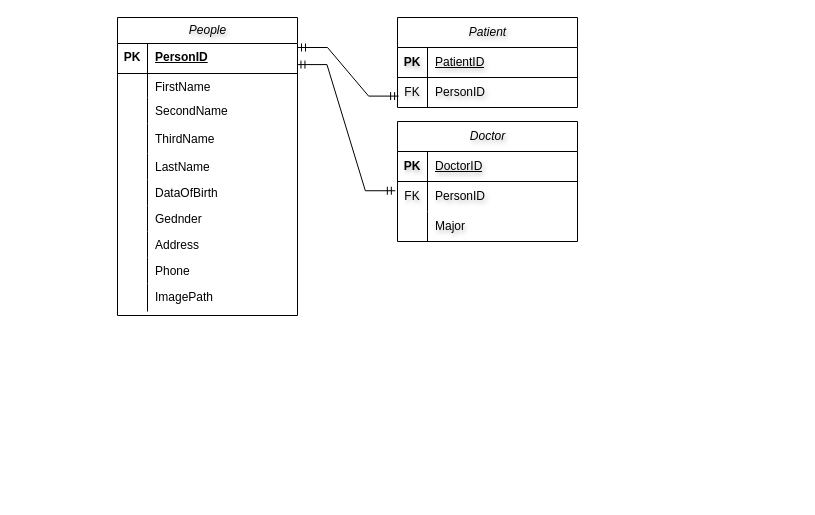
BasharHazbar/Healthcare-Management-System-HCMS keeps this draw.io diagram as Untitled Diagram.drawio. Above is the earlier version. Source tidied: cells renumbered, new cells numbered last; positions are measured from the earlier drawing's top-left corner, leaving out a move shared by most shapes. Both pictures are drawn from the tidied source at 100%, with x=0, y=0 at pixel (117, 17).
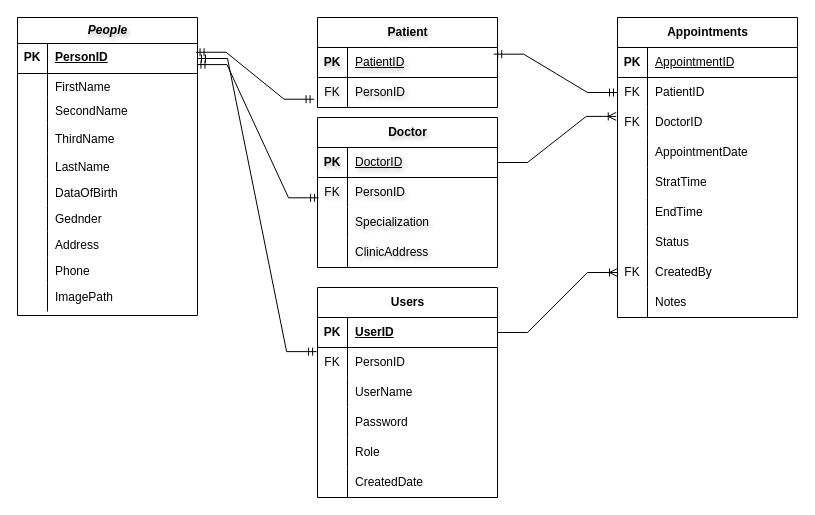
The same diagram, later.

The change refers to these unchanged cells:
```xml
<mxCell id="4" style="shape=tableRow;horizontal=0;startSize=0;swimlaneHead=0;swimlaneBody=0;fillColor=none;points=[[0,0.5],[1,0.5]];portConstraint=eastwest;top=0;left=0;right=0;bottom=1;rounded=0;shadow=0;strokeColor=default;strokeWidth=1;align=center;verticalAlign=top;fontFamily=Helvetica;fontSize=12;fontColor=default;fontStyle=2;" parent="3" vertex="1">
  <mxGeometry y="26" width="180" height="30" as="geometry" />
</mxCell>
<mxCell id="35" style="shape=tableRow;horizontal=0;startSize=0;swimlaneHead=0;swimlaneBody=0;fillColor=none;points=[[0,0.5],[1,0.5]];portConstraint=eastwest;top=0;left=0;right=0;bottom=1;textShadow=1;" parent="34" vertex="1">
  <mxGeometry y="30" width="180" height="30" as="geometry" />
</mxCell>
<mxCell id="38" style="shape=tableRow;horizontal=0;startSize=0;swimlaneHead=0;swimlaneBody=0;fillColor=none;points=[[0,0.5],[1,0.5]];portConstraint=eastwest;top=0;left=0;right=0;bottom=0;textShadow=1;fontStyle=0;" parent="34" vertex="1">
  <mxGeometry y="60" width="180" height="30" as="geometry" />
</mxCell>
<mxCell id="42" style="shape=tableRow;horizontal=0;startSize=0;swimlaneHead=0;swimlaneBody=0;fillColor=none;points=[[0,0.5],[1,0.5]];portConstraint=eastwest;top=0;left=0;right=0;bottom=1;textShadow=1;" parent="41" vertex="1">
  <mxGeometry y="30" width="180" height="30" as="geometry" />
</mxCell>
<mxCell id="45" style="shape=tableRow;horizontal=0;startSize=0;swimlaneHead=0;swimlaneBody=0;fillColor=none;points=[[0,0.5],[1,0.5]];portConstraint=eastwest;top=0;left=0;right=0;bottom=0;textShadow=1;fontStyle=0;" parent="41" vertex="1">
  <mxGeometry y="60" width="180" height="30" as="geometry" />
</mxCell>
<mxCell id="48" style="shape=tableRow;horizontal=0;startSize=0;swimlaneHead=0;swimlaneBody=0;fillColor=none;top=0;left=0;right=0;bottom=0;textShadow=1;fontStyle=0;" parent="41" vertex="1">
  <mxGeometry y="90" width="180" height="30" as="geometry" />
</mxCell>
```

Diff of the diagram source:
```diff
@@
-    <mxCell id="2" style="edgeStyle=entityRelationEdgeStyle;fontSize=12;html=1;endArrow=ERmandOne;startArrow=ERmandOne;rounded=0;fontFamily=Helvetica;fontColor=default;fontStyle=2;exitX=0.98;exitY=0.292;exitDx=0;exitDy=0;entryX=0.006;entryY=0.779;entryDx=0;entryDy=0;exitPerimeter=0;entryPerimeter=0;" parent="1" edge="1">
-      <mxGeometry relative="1" as="geometry">
-        <mxPoint x="180" y="30" as="sourcePoint" />
-        <mxPoint x="281.1" y="78.6" as="targetPoint" />
-      </mxGeometry>
+    <mxCell id="2" style="edgeStyle=entityRelationEdgeStyle;fontSize=12;html=1;endArrow=ERmandOne;startArrow=ERmandOne;rounded=0;fontFamily=Helvetica;fontColor=default;fontStyle=2;entryX=-0.019;entryY=0.723;entryDx=0;entryDy=0;entryPerimeter=0;exitX=0.992;exitY=0.292;exitDx=0;exitDy=0;exitPerimeter=0;" parent="1" edge="1" source="4" target="38">
+      <mxGeometry relative="1" as="geometry" />
     </mxCell>
-    <mxCell id="3" value="&lt;span style=&quot;font-style: italic; font-weight: 400;&quot;&gt;People&lt;/span&gt;" style="shape=table;startSize=26;childLayout=tableLayout;rowLines=0;fontStyle=1;align=center;html=1;rounded=0;shadow=0;strokeWidth=1;verticalAlign=middle;fontFamily=Helvetica;fontSize=12;textShadow=1;" parent="1" vertex="1">
-      <mxGeometry width="180" height="298" as="geometry" />
+    <mxCell id="3" value="&lt;span style=&quot;font-style: italic;&quot;&gt;&lt;b&gt;People&lt;/b&gt;&lt;/span&gt;" style="shape=table;startSize=26;childLayout=tableLayout;rowLines=0;fontStyle=0;align=center;html=1;rounded=0;shadow=0;strokeWidth=1;verticalAlign=middle;fontFamily=Helvetica;fontSize=12;textShadow=1;" parent="1" vertex="1">
+      <mxGeometry x="-100" width="180" height="298" as="geometry" />
     </mxCell>
@@
-    <mxCell id="34" value="&lt;span style=&quot;font-style: italic; font-weight: 400;&quot;&gt;Patient&lt;/span&gt;" style="shape=table;startSize=30;childLayout=tableLayout;rowLines=0;fontStyle=1;align=center;html=1;textShadow=1;" parent="1" vertex="1">
-      <mxGeometry x="280" width="180" height="90" as="geometry" />
+    <mxCell id="34" value="Patient" style="shape=table;startSize=30;childLayout=tableLayout;rowLines=0;fontStyle=1;align=center;html=1;textShadow=1;" parent="1" vertex="1">
+      <mxGeometry x="200" width="180" height="90" as="geometry" />
     </mxCell>
@@
-    <mxCell id="41" value="&lt;span style=&quot;font-style: italic; font-weight: 400;&quot;&gt;Doctor&lt;/span&gt;" style="shape=table;startSize=30;childLayout=tableLayout;rowLines=0;fontStyle=1;align=center;html=1;textShadow=1;" parent="1" vertex="1">
-      <mxGeometry x="280" y="104" width="180" height="120" as="geometry" />
+    <mxCell id="41" value="Doctor" style="shape=table;startSize=30;childLayout=tableLayout;rowLines=0;fontStyle=1;align=center;html=1;textShadow=1;" parent="1" vertex="1">
+      <mxGeometry x="200" y="100" width="180" height="150" as="geometry" />
     </mxCell>
@@
-    <mxCell id="50" value="Major" style="shape=partialRectangle;fillColor=none;top=0;left=0;bottom=0;right=0;align=left;spacingLeft=6;overflow=hidden;whiteSpace=wrap;html=1;textShadow=1;" parent="48" vertex="1">
+    <mxCell id="50" value="Specialization" style="shape=partialRectangle;fillColor=none;top=0;left=0;bottom=0;right=0;align=left;spacingLeft=6;overflow=hidden;whiteSpace=wrap;html=1;textShadow=1;" parent="48" vertex="1">
       <mxGeometry x="30" width="150" height="30" as="geometry" />
     </mxCell>
+    <mxCell id="52" style="shape=tableRow;horizontal=0;startSize=0;swimlaneHead=0;swimlaneBody=0;fillColor=none;top=0;left=0;right=0;bottom=0;textShadow=1;fontStyle=0;" parent="41" vertex="1">
+      <mxGeometry y="120" width="180" height="30" as="geometry" />
+    </mxCell>
+    <mxCell id="53" style="shape=partialRectangle;fillColor=none;top=0;left=0;bottom=0;right=0;overflow=hidden;whiteSpace=wrap;html=1;textShadow=1;" parent="52" vertex="1">
+      <mxGeometry width="30" height="30" as="geometry" />
+    </mxCell>
+    <mxCell id="54" value="ClinicAddress" style="shape=partialRectangle;fillColor=none;top=0;left=0;bottom=0;right=0;align=left;spacingLeft=6;overflow=hidden;whiteSpace=wrap;html=1;textShadow=1;" parent="52" vertex="1">
+      <mxGeometry x="30" width="150" height="30" as="geometry" />
+    </mxCell>
-    <mxCell id="51" style="edgeStyle=entityRelationEdgeStyle;fontSize=12;html=1;endArrow=ERmandOne;startArrow=ERmandOne;rounded=0;fontFamily=Helvetica;fontColor=default;fontStyle=2;exitX=0.997;exitY=0.703;exitDx=0;exitDy=0;entryX=-0.012;entryY=0.308;entryDx=0;entryDy=0;exitPerimeter=0;entryPerimeter=0;" parent="1" edge="1" source="4" target="45">
+    <mxCell id="51" style="edgeStyle=entityRelationEdgeStyle;fontSize=12;html=1;endArrow=ERmandOne;startArrow=ERmandOne;rounded=0;fontFamily=Helvetica;fontColor=default;fontStyle=2;exitX=0.997;exitY=0.703;exitDx=0;exitDy=0;entryX=0.006;entryY=0.677;entryDx=0;entryDy=0;exitPerimeter=0;entryPerimeter=0;" parent="1" edge="1" source="4" target="45">
       <mxGeometry relative="1" as="geometry" />
     </mxCell>
+    <mxCell id="55" value="Users" style="shape=table;startSize=30;childLayout=tableLayout;rowLines=0;fontStyle=1;align=center;html=1;" parent="1" vertex="1">
+      <mxGeometry x="200" y="270" width="180" height="210" as="geometry" />
+    </mxCell>
+    <mxCell id="56" style="shape=tableRow;horizontal=0;startSize=0;swimlaneHead=0;swimlaneBody=0;fillColor=none;points=[[0,0.5],[1,0.5]];portConstraint=eastwest;top=0;left=0;right=0;bottom=1;" parent="55" vertex="1">
+      <mxGeometry y="30" width="180" height="30" as="geometry" />
+    </mxCell>
+    <mxCell id="57" value="PK" style="shape=partialRectangle;fillColor=none;top=0;left=0;bottom=0;right=0;fontStyle=1;overflow=hidden;whiteSpace=wrap;html=1;" parent="56" vertex="1">
+      <mxGeometry width="30" height="30" as="geometry" />
+    </mxCell>
+    <mxCell id="58" value="UserID" style="shape=partialRectangle;fillColor=none;top=0;left=0;bottom=0;right=0;align=left;spacingLeft=6;fontStyle=5;overflow=hidden;whiteSpace=wrap;html=1;" parent="56" vertex="1">
+      <mxGeometry x="30" width="150" height="30" as="geometry" />
+    </mxCell>
+    <mxCell id="59" style="shape=tableRow;horizontal=0;startSize=0;swimlaneHead=0;swimlaneBody=0;fillColor=none;points=[[0,0.5],[1,0.5]];portConstraint=eastwest;top=0;left=0;right=0;bottom=0;" parent="55" vertex="1">
+      <mxGeometry y="60" width="180" height="30" as="geometry" />
+    </mxCell>
+    <mxCell id="60" value="FK" style="shape=partialRectangle;fillColor=none;top=0;left=0;bottom=0;right=0;overflow=hidden;whiteSpace=wrap;html=1;" parent="59" vertex="1">
+      <mxGeometry width="30" height="30" as="geometry" />
+    </mxCell>
+    <mxCell id="61" value="PersonID" style="shape=partialRectangle;fillColor=none;top=0;left=0;bottom=0;right=0;align=left;spacingLeft=6;overflow=hidden;whiteSpace=wrap;html=1;" parent="59" vertex="1">
+      <mxGeometry x="30" width="150" height="30" as="geometry" />
+    </mxCell>
+    <mxCell id="62" style="shape=tableRow;horizontal=0;startSize=0;swimlaneHead=0;swimlaneBody=0;fillColor=none;top=0;left=0;right=0;bottom=0;" parent="55" vertex="1">
+      <mxGeometry y="90" width="180" height="30" as="geometry" />
+    </mxCell>
+    <mxCell id="63" style="shape=partialRectangle;fillColor=none;top=0;left=0;bottom=0;right=0;overflow=hidden;whiteSpace=wrap;html=1;" parent="62" vertex="1">
+      <mxGeometry width="30" height="30" as="geometry" />
+    </mxCell>
+    <mxCell id="64" value="UserName" style="shape=partialRectangle;fillColor=none;top=0;left=0;bottom=0;right=0;align=left;spacingLeft=6;overflow=hidden;whiteSpace=wrap;html=1;" parent="62" vertex="1">
+      <mxGeometry x="30" width="150" height="30" as="geometry" />
+    </mxCell>
+    <mxCell id="65" style="shape=tableRow;horizontal=0;startSize=0;swimlaneHead=0;swimlaneBody=0;fillColor=none;top=0;left=0;right=0;bottom=0;" parent="55" vertex="1">
+      <mxGeometry y="120" width="180" height="30" as="geometry" />
+    </mxCell>
+    <mxCell id="66" style="shape=partialRectangle;fillColor=none;top=0;left=0;bottom=0;right=0;overflow=hidden;whiteSpace=wrap;html=1;" parent="65" vertex="1">
+      <mxGeometry width="30" height="30" as="geometry" />
+    </mxCell>
+    <mxCell id="67" value="Password" style="shape=partialRectangle;fillColor=none;top=0;left=0;bottom=0;right=0;align=left;spacingLeft=6;overflow=hidden;whiteSpace=wrap;html=1;" parent="65" vertex="1">
+      <mxGeometry x="30" width="150" height="30" as="geometry" />
+    </mxCell>
+    <mxCell id="68" style="shape=tableRow;horizontal=0;startSize=0;swimlaneHead=0;swimlaneBody=0;fillColor=none;top=0;left=0;right=0;bottom=0;" parent="55" vertex="1">
+      <mxGeometry y="150" width="180" height="30" as="geometry" />
+    </mxCell>
+    <mxCell id="69" style="shape=partialRectangle;fillColor=none;top=0;left=0;bottom=0;right=0;overflow=hidden;whiteSpace=wrap;html=1;" parent="68" vertex="1">
+      <mxGeometry width="30" height="30" as="geometry" />
+    </mxCell>
+    <mxCell id="70" value="Role" style="shape=partialRectangle;fillColor=none;top=0;left=0;bottom=0;right=0;align=left;spacingLeft=6;overflow=hidden;whiteSpace=wrap;html=1;" parent="68" vertex="1">
+      <mxGeometry x="30" width="150" height="30" as="geometry" />
+    </mxCell>
+    <mxCell id="71" style="shape=tableRow;horizontal=0;startSize=0;swimlaneHead=0;swimlaneBody=0;fillColor=none;top=0;left=0;right=0;bottom=0;" parent="55" vertex="1">
+      <mxGeometry y="180" width="180" height="30" as="geometry" />
+    </mxCell>
+    <mxCell id="72" style="shape=partialRectangle;fillColor=none;top=0;left=0;bottom=0;right=0;overflow=hidden;whiteSpace=wrap;html=1;" parent="71" vertex="1">
+      <mxGeometry width="30" height="30" as="geometry" />
+    </mxCell>
+    <mxCell id="73" value="CreatedDate" style="shape=partialRectangle;fillColor=none;top=0;left=0;bottom=0;right=0;align=left;spacingLeft=6;overflow=hidden;whiteSpace=wrap;html=1;" parent="71" vertex="1">
+      <mxGeometry x="30" width="150" height="30" as="geometry" />
+    </mxCell>
+    <mxCell id="74" style="edgeStyle=entityRelationEdgeStyle;fontSize=12;html=1;endArrow=ERmandOne;startArrow=ERmandOne;rounded=0;fontFamily=Helvetica;fontColor=default;fontStyle=2;entryX=-0.005;entryY=0.138;entryDx=0;entryDy=0;entryPerimeter=0;exitX=1;exitY=0.5;exitDx=0;exitDy=0;" parent="1" edge="1" source="4" target="59">
+      <mxGeometry relative="1" as="geometry" />
+    </mxCell>
+    <mxCell id="75" value="Appointments" style="shape=table;startSize=30;childLayout=tableLayout;rowLines=0;fontStyle=1;align=center;html=1;" parent="1" vertex="1">
+      <mxGeometry x="500" width="180" height="300" as="geometry" />
+    </mxCell>
+    <mxCell id="76" style="shape=tableRow;horizontal=0;startSize=0;swimlaneHead=0;swimlaneBody=0;fillColor=none;top=0;left=0;right=0;bottom=1;" parent="75" vertex="1">
+      <mxGeometry y="30" width="180" height="30" as="geometry" />
+    </mxCell>
+    <mxCell id="77" value="PK" style="shape=partialRectangle;fillColor=none;top=0;left=0;bottom=0;right=0;fontStyle=1;overflow=hidden;whiteSpace=wrap;html=1;" parent="76" vertex="1">
+      <mxGeometry width="30" height="30" as="geometry" />
+    </mxCell>
+    <mxCell id="78" value="AppointmentID" style="shape=partialRectangle;fillColor=none;top=0;left=0;bottom=0;right=0;align=left;spacingLeft=6;fontStyle=4;overflow=hidden;whiteSpace=wrap;html=1;" parent="76" vertex="1">
+      <mxGeometry x="30" width="150" height="30" as="geometry" />
+    </mxCell>
+    <mxCell id="79" style="shape=tableRow;horizontal=0;startSize=0;swimlaneHead=0;swimlaneBody=0;fillColor=none;points=[[0,0.5],[1,0.5]];portConstraint=eastwest;top=0;left=0;right=0;bottom=0;" parent="75" vertex="1">
+      <mxGeometry y="60" width="180" height="30" as="geometry" />
+    </mxCell>
+    <mxCell id="80" value="FK" style="shape=partialRectangle;fillColor=none;top=0;left=0;bottom=0;right=0;overflow=hidden;whiteSpace=wrap;html=1;" parent="79" vertex="1">
+      <mxGeometry width="30" height="30" as="geometry" />
+    </mxCell>
+    <mxCell id="81" value="PatientID" style="shape=partialRectangle;fillColor=none;top=0;left=0;bottom=0;right=0;align=left;spacingLeft=6;overflow=hidden;whiteSpace=wrap;html=1;" parent="79" vertex="1">
+      <mxGeometry x="30" width="150" height="30" as="geometry" />
+    </mxCell>
+    <mxCell id="82" style="shape=tableRow;horizontal=0;startSize=0;swimlaneHead=0;swimlaneBody=0;fillColor=none;points=[[0,0.5],[1,0.5]];portConstraint=eastwest;top=0;left=0;right=0;bottom=0;" parent="75" vertex="1">
+      <mxGeometry y="90" width="180" height="30" as="geometry" />
+    </mxCell>
+    <mxCell id="83" value="FK" style="shape=partialRectangle;fillColor=none;top=0;left=0;bottom=0;right=0;overflow=hidden;whiteSpace=wrap;html=1;" parent="82" vertex="1">
+      <mxGeometry width="30" height="30" as="geometry" />
+    </mxCell>
+    <mxCell id="84" value="DoctorID" style="shape=partialRectangle;fillColor=none;top=0;left=0;bottom=0;right=0;align=left;spacingLeft=6;overflow=hidden;whiteSpace=wrap;html=1;" parent="82" vertex="1">
+      <mxGeometry x="30" width="150" height="30" as="geometry" />
+    </mxCell>
+    <mxCell id="85" style="shape=tableRow;horizontal=0;startSize=0;swimlaneHead=0;swimlaneBody=0;fillColor=none;top=0;left=0;right=0;bottom=0;" parent="75" vertex="1">
+      <mxGeometry y="120" width="180" height="30" as="geometry" />
+    </mxCell>
+    <mxCell id="86" style="shape=partialRectangle;fillColor=none;top=0;left=0;bottom=0;right=0;overflow=hidden;whiteSpace=wrap;html=1;" parent="85" vertex="1">
+      <mxGeometry width="30" height="30" as="geometry" />
+    </mxCell>
+    <mxCell id="87" value="AppointmentDate" style="shape=partialRectangle;fillColor=none;top=0;left=0;bottom=0;right=0;align=left;spacingLeft=6;overflow=hidden;whiteSpace=wrap;html=1;" parent="85" vertex="1">
+      <mxGeometry x="30" width="150" height="30" as="geometry" />
+    </mxCell>
+    <mxCell id="88" style="shape=tableRow;horizontal=0;startSize=0;swimlaneHead=0;swimlaneBody=0;fillColor=none;top=0;left=0;right=0;bottom=0;" parent="75" vertex="1">
+      <mxGeometry y="150" width="180" height="30" as="geometry" />
+    </mxCell>
+    <mxCell id="89" style="shape=partialRectangle;fillColor=none;top=0;left=0;bottom=0;right=0;overflow=hidden;whiteSpace=wrap;html=1;" parent="88" vertex="1">
+      <mxGeometry width="30" height="30" as="geometry" />
+    </mxCell>
+    <mxCell id="90" value="StratTime" style="shape=partialRectangle;fillColor=none;top=0;left=0;bottom=0;right=0;align=left;spacingLeft=6;overflow=hidden;whiteSpace=wrap;html=1;" parent="88" vertex="1">
+      <mxGeometry x="30" width="150" height="30" as="geometry" />
+    </mxCell>
+    <mxCell id="91" style="shape=tableRow;horizontal=0;startSize=0;swimlaneHead=0;swimlaneBody=0;fillColor=none;top=0;left=0;right=0;bottom=0;" parent="75" vertex="1">
+      <mxGeometry y="180" width="180" height="30" as="geometry" />
+    </mxCell>
+    <mxCell id="92" style="shape=partialRectangle;fillColor=none;top=0;left=0;bottom=0;right=0;overflow=hidden;whiteSpace=wrap;html=1;" parent="91" vertex="1">
+      <mxGeometry width="30" height="30" as="geometry" />
+    </mxCell>
+    <mxCell id="93" value="EndTime" style="shape=partialRectangle;fillColor=none;top=0;left=0;bottom=0;right=0;align=left;spacingLeft=6;overflow=hidden;whiteSpace=wrap;html=1;" parent="91" vertex="1">
+      <mxGeometry x="30" width="150" height="30" as="geometry" />
+    </mxCell>
+    <mxCell id="94" style="shape=tableRow;horizontal=0;startSize=0;swimlaneHead=0;swimlaneBody=0;fillColor=none;top=0;left=0;right=0;bottom=0;" parent="75" vertex="1">
+      <mxGeometry y="210" width="180" height="30" as="geometry" />
+    </mxCell>
+    <mxCell id="95" style="shape=partialRectangle;fillColor=none;top=0;left=0;bottom=0;right=0;overflow=hidden;whiteSpace=wrap;html=1;" parent="94" vertex="1">
+      <mxGeometry width="30" height="30" as="geometry" />
+    </mxCell>
+    <mxCell id="96" value="Status" style="shape=partialRectangle;fillColor=none;top=0;left=0;bottom=0;right=0;align=left;spacingLeft=6;overflow=hidden;whiteSpace=wrap;html=1;" parent="94" vertex="1">
+      <mxGeometry x="30" width="150" height="30" as="geometry" />
+    </mxCell>
+    <mxCell id="97" style="shape=tableRow;horizontal=0;startSize=0;swimlaneHead=0;swimlaneBody=0;fillColor=none;points=[[0,0.5],[1,0.5]];portConstraint=eastwest;top=0;left=0;right=0;bottom=0;" parent="75" vertex="1">
+      <mxGeometry y="240" width="180" height="30" as="geometry" />
+    </mxCell>
+    <mxCell id="98" value="FK" style="shape=partialRectangle;fillColor=none;top=0;left=0;bottom=0;right=0;overflow=hidden;whiteSpace=wrap;html=1;" parent="97" vertex="1">
+      <mxGeometry width="30" height="30" as="geometry" />
+    </mxCell>
+    <mxCell id="99" value="CreatedBy" style="shape=partialRectangle;fillColor=none;top=0;left=0;bottom=0;right=0;align=left;spacingLeft=6;overflow=hidden;whiteSpace=wrap;html=1;" parent="97" vertex="1">
+      <mxGeometry x="30" width="150" height="30" as="geometry" />
+    </mxCell>
+    <mxCell id="100" style="shape=tableRow;horizontal=0;startSize=0;swimlaneHead=0;swimlaneBody=0;fillColor=none;top=0;left=0;right=0;bottom=0;" parent="75" vertex="1">
+      <mxGeometry y="270" width="180" height="30" as="geometry" />
+    </mxCell>
+    <mxCell id="101" style="shape=partialRectangle;fillColor=none;top=0;left=0;bottom=0;right=0;overflow=hidden;whiteSpace=wrap;html=1;" parent="100" vertex="1">
+      <mxGeometry width="30" height="30" as="geometry" />
+    </mxCell>
+    <mxCell id="102" value="Notes" style="shape=partialRectangle;fillColor=none;top=0;left=0;bottom=0;right=0;align=left;spacingLeft=6;overflow=hidden;whiteSpace=wrap;html=1;" parent="100" vertex="1">
+      <mxGeometry x="30" width="150" height="30" as="geometry" />
+    </mxCell>
+    <mxCell id="103" style="edgeStyle=entityRelationEdgeStyle;fontSize=12;html=1;endArrow=ERoneToMany;rounded=0;exitX=1;exitY=0.5;exitDx=0;exitDy=0;entryX=-0.007;entryY=0.296;entryDx=0;entryDy=0;entryPerimeter=0;" parent="1" edge="1" source="42" target="82">
+      <mxGeometry relative="1" as="geometry">
+        <Array as="points">
+          <mxPoint x="480" y="290" />
+        </Array>
+      </mxGeometry>
+    </mxCell>
+    <mxCell id="104" style="edgeStyle=entityRelationEdgeStyle;fontSize=12;html=1;endArrow=ERmandOne;startArrow=ERmandOne;rounded=0;fontFamily=Helvetica;fontColor=default;fontStyle=2;entryX=0;entryY=0.5;entryDx=0;entryDy=0;exitX=0.979;exitY=0.222;exitDx=0;exitDy=0;exitPerimeter=0;" parent="1" edge="1" source="35" target="79">
+      <mxGeometry relative="1" as="geometry" />
+    </mxCell>
+    <mxCell id="105" style="edgeStyle=entityRelationEdgeStyle;fontSize=12;html=1;endArrow=ERoneToMany;rounded=0;" parent="1" edge="1" source="56" target="97">
+      <mxGeometry relative="1" as="geometry">
+        <Array as="points">
+          <mxPoint x="484" y="471" />
+        </Array>
+      </mxGeometry>
+    </mxCell>
```
